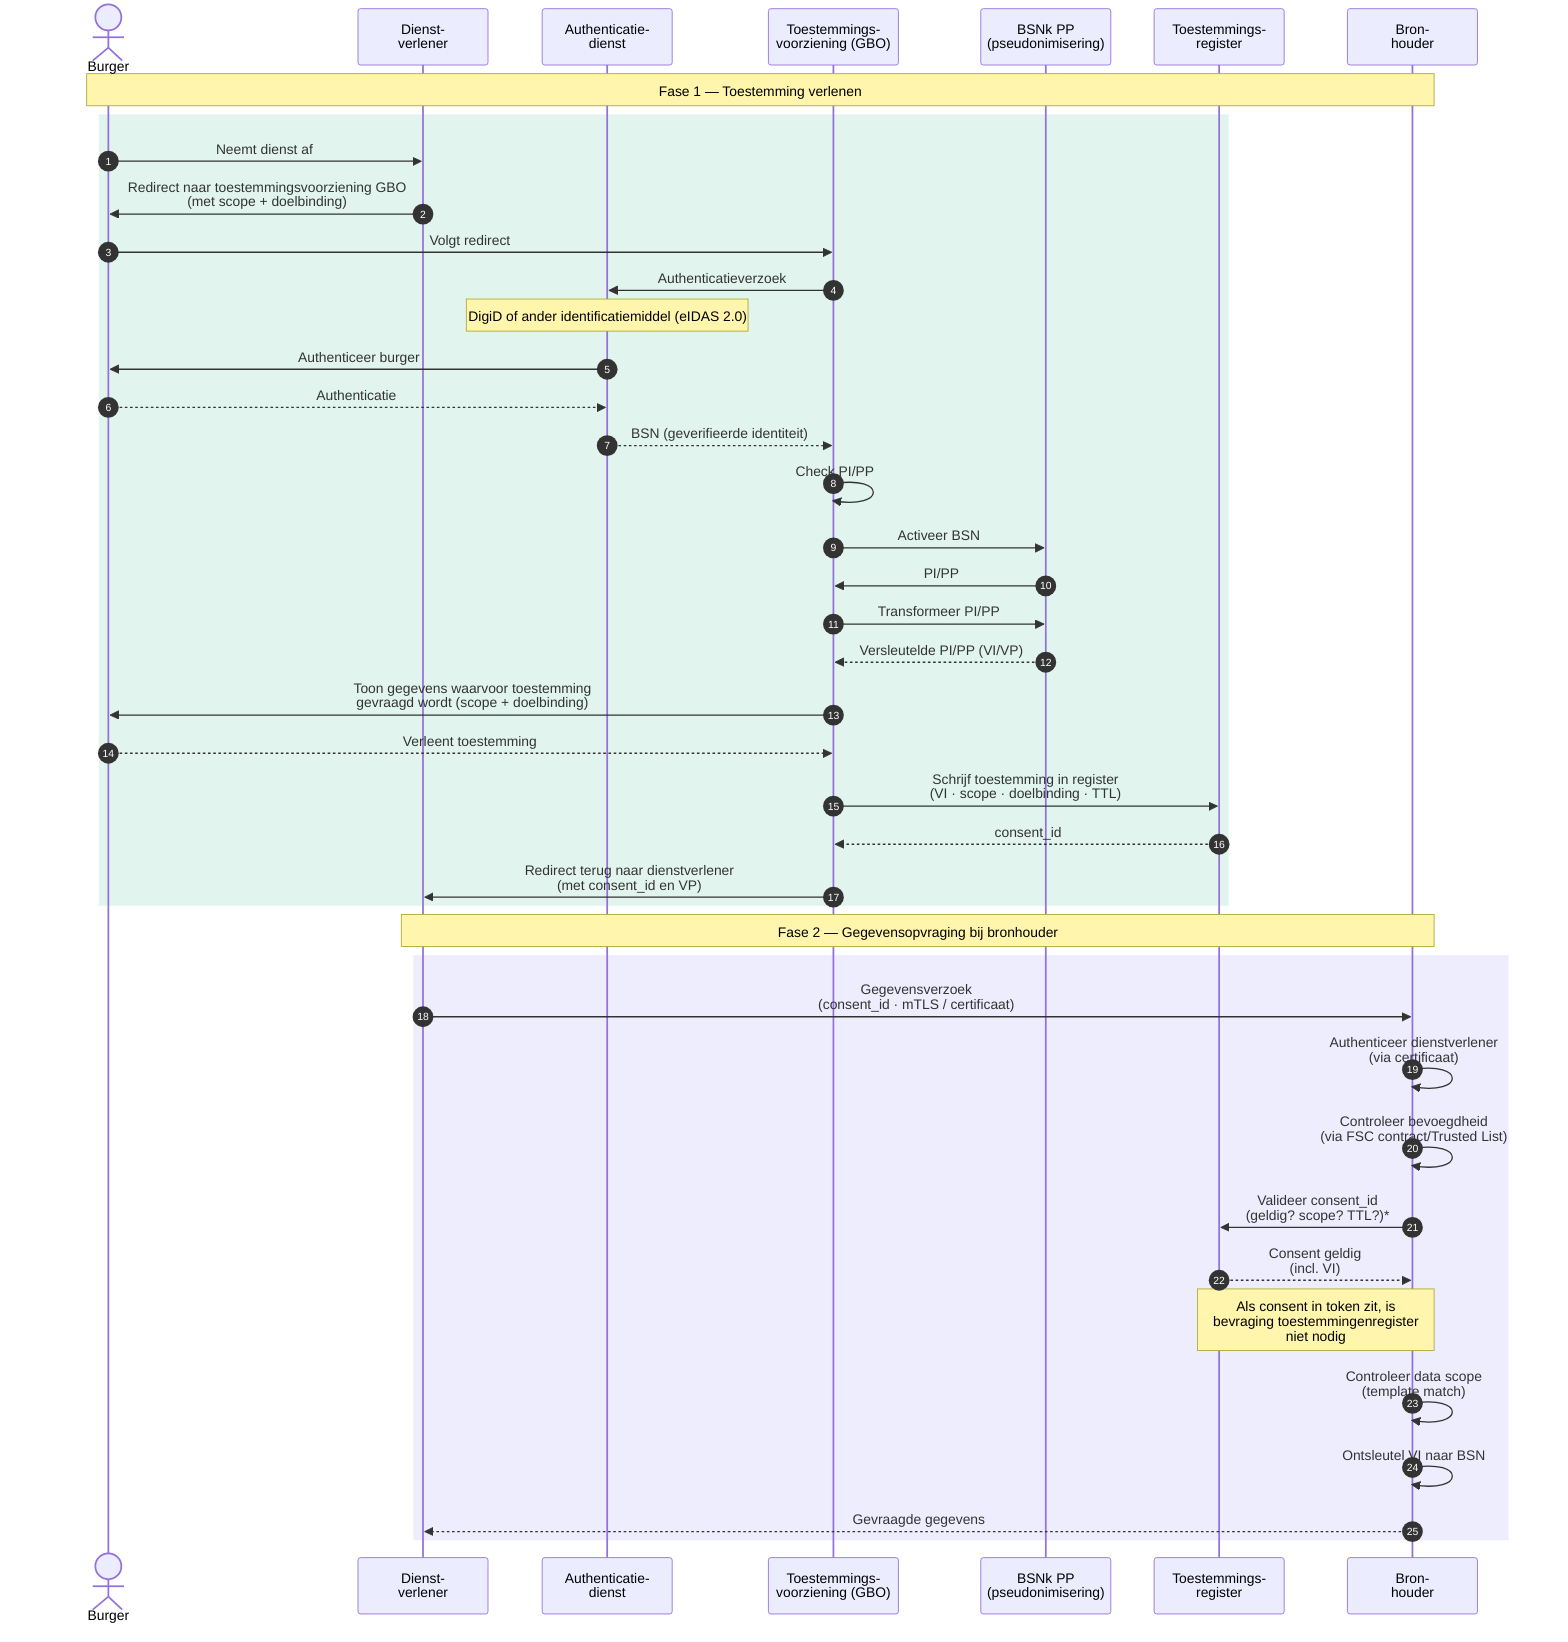
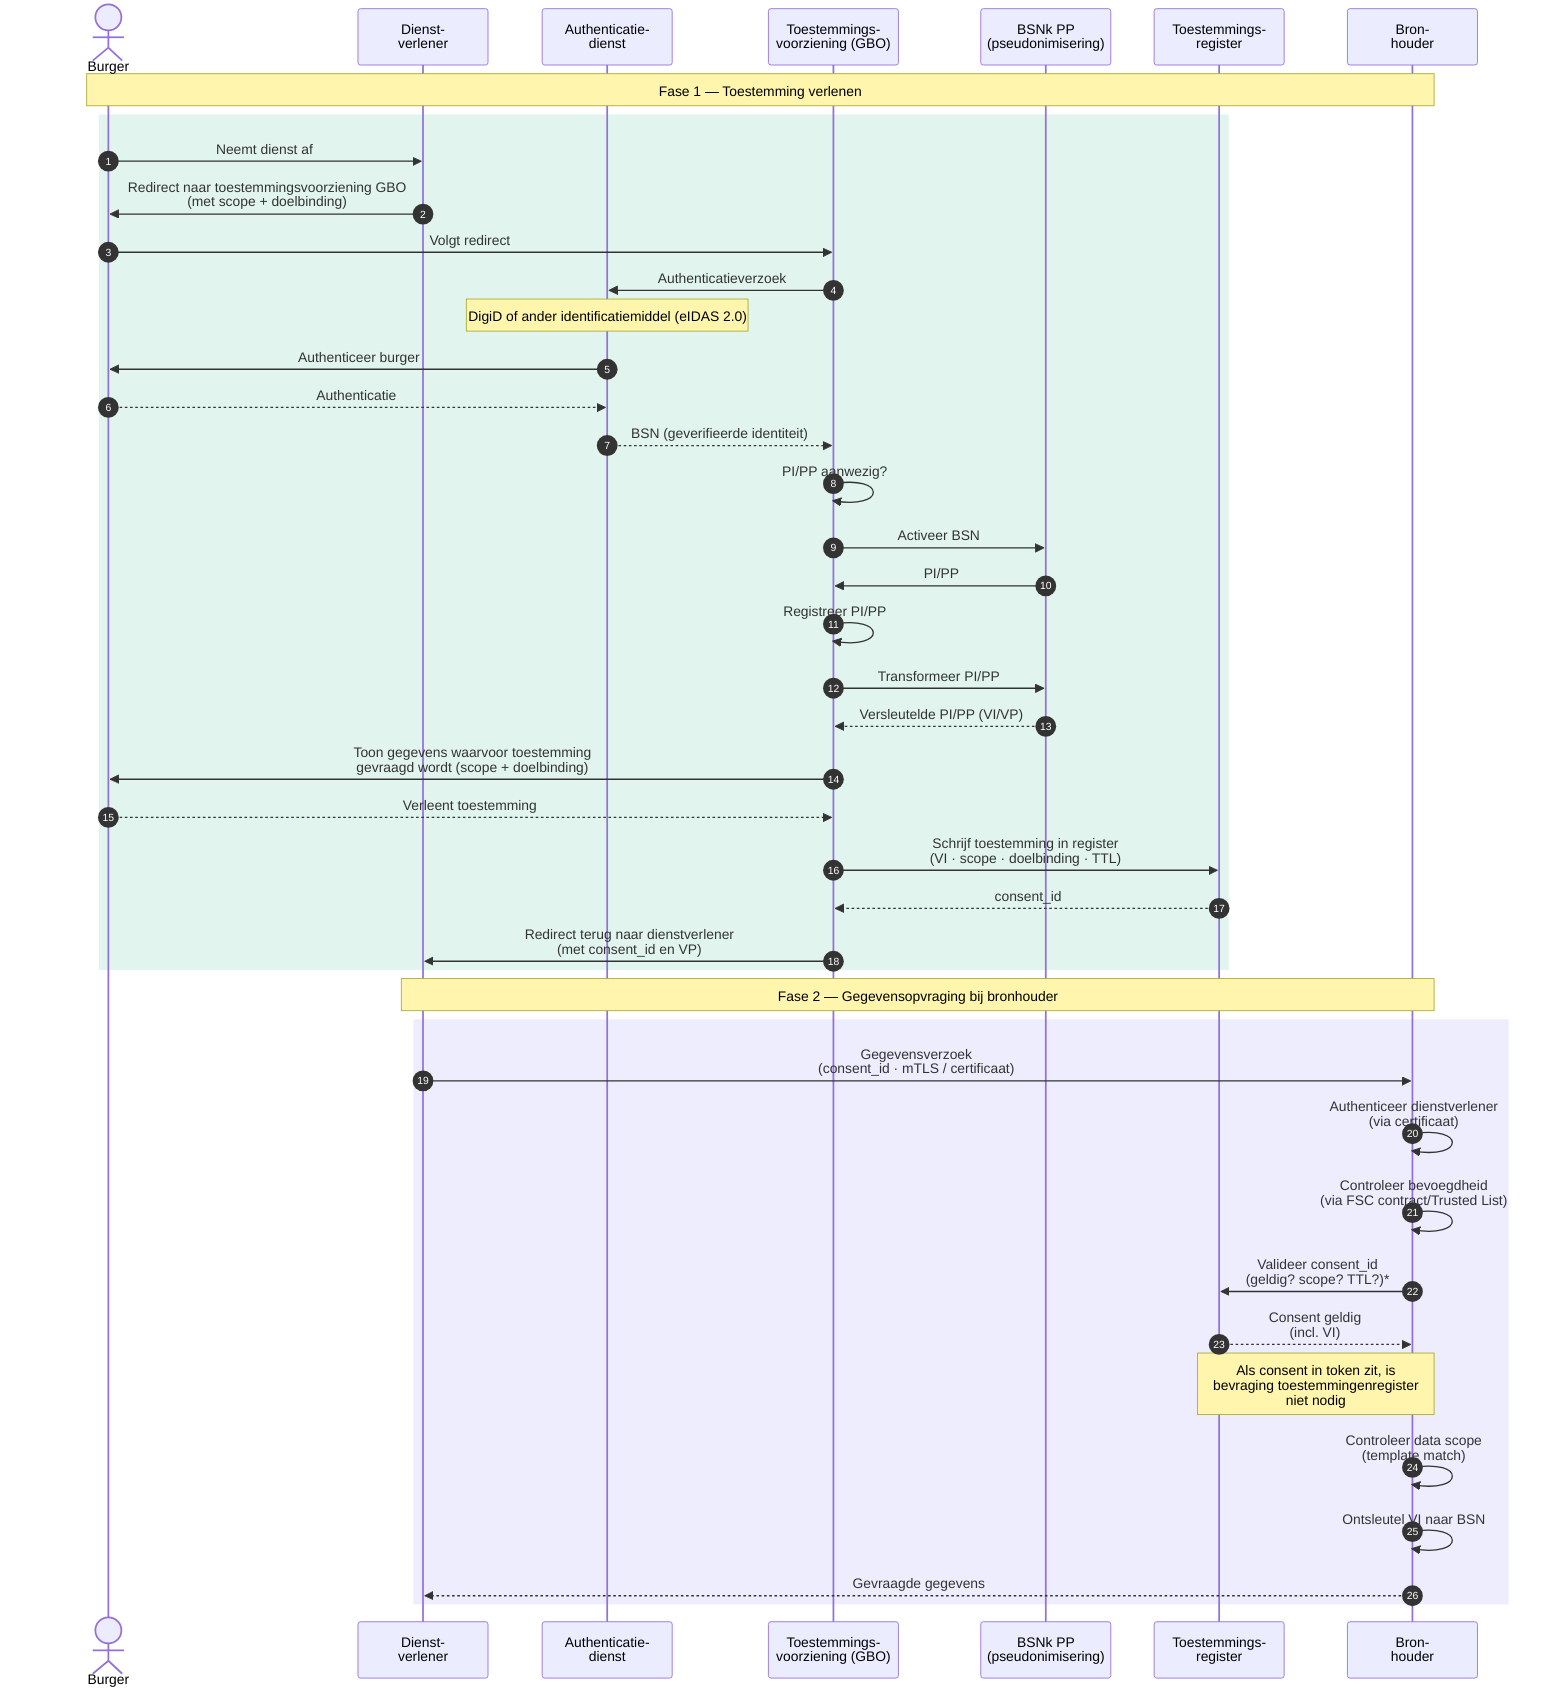
sequenceDiagram
    autonumber
    actor Burger
    participant DV as Dienst-<br/>verlener
    participant Auth as Authenticatie-<br/>dienst
    participant TV as Toestemmings-<br/>voorziening (GBO)
    participant PP as BSNk PP<br/>(pseudonimisering)
    participant TR as Toestemmings-<br/>register
    participant BRH as Bron-<br/>houder

    Note over Burger,BRH: Fase 1 — Toestemming verlenen

    rect rgb(225, 245, 238)
        Burger->>DV: Neemt dienst af
        DV->>Burger: Redirect naar toestemmingsvoorziening GBO<br/>(met scope + doelbinding)
        Burger->>TV: Volgt redirect
        TV->>Auth: Authenticatieverzoek
        Note over Auth: DigiD of ander identificatiemiddel (eIDAS 2.0)
        Auth->>Burger: Authenticeer burger
        Burger-->>Auth: Authenticatie
        Auth-->>TV: BSN (geverifieerde identiteit)
-         TV->>TV: Check PI/PP
+         TV->>TV: PI/PP aanwezig?
        TV->>PP: Activeer BSN
        PP->>TV: PI/PP
+         TV->>TV: Registreer PI/PP
        TV->>PP: Transformeer PI/PP
        PP-->>TV: Versleutelde PI/PP (VI/VP)
        TV->>Burger: Toon gegevens waarvoor toestemming<br/>gevraagd wordt (scope + doelbinding)
        Burger-->>TV: Verleent toestemming
        TV->>TR: Schrijf toestemming in register<br/>(VI · scope · doelbinding · TTL)
        TR-->>TV: consent_id
        TV->>DV: Redirect terug naar dienstverlener<br/>(met consent_id en VP)
    end

    Note over DV,BRH: Fase 2 — Gegevensopvraging bij bronhouder

    rect rgb(238, 237, 254)
        DV->>BRH: Gegevensverzoek<br/>(consent_id · mTLS / certificaat)
        BRH->>BRH: Authenticeer dienstverlener<br />(via certificaat)
        BRH->>BRH: Controleer bevoegdheid<br />(via FSC contract/Trusted List)
        BRH->>TR: Valideer consent_id<br/>(geldig? scope? TTL?)*
        TR-->>BRH: Consent geldig<br />(incl. VI)
        Note over TR, BRH: Als consent in token zit, is<br/>bevraging toestemmingenregister<br />niet nodig
        BRH->>BRH: Controleer data scope<br />(template match)
        BRH->>BRH: Ontsleutel VI naar BSN
        BRH-->>DV: Gevraagde gegevens
    end
